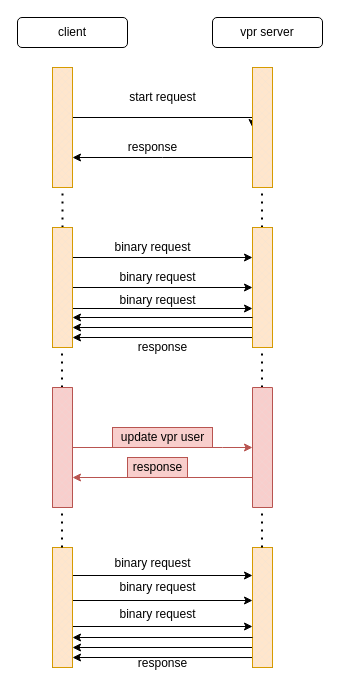
xliangwu/documents keeps this draw.io diagram as charts/Untitled Diagram.drawio. Above is the earlier version. Source tidied: cells renumbered, new cells numbered last; positions are measured from the earlier drawing's top-left corner, leaving out a move shared by most shapes. Both pictures are drawn from the tidied source at 100%, with x=0, y=0 at pixel (2, 17).
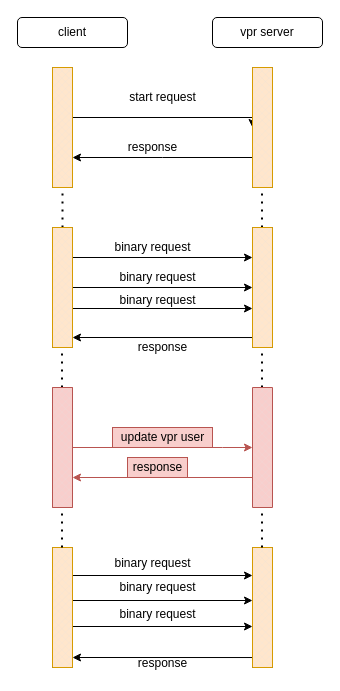
Above is the later version.

Change to the diagram source:
```diff
@@
-    <mxCell id="28" style="endArrow=classic;html=1;exitX=0.917;exitY=1;exitDx=0;exitDy=0;exitPerimeter=0;" parent="1" edge="1">
-      <mxGeometry relative="1" as="geometry">
-        <mxPoint x="250" y="310" as="sourcePoint" />
-        <mxPoint x="70" y="310" as="targetPoint" />
-      </mxGeometry>
-    </mxCell>
@@
-    <mxCell id="44" style="endArrow=classic;html=1;exitX=0.917;exitY=1;exitDx=0;exitDy=0;exitPerimeter=0;" parent="1" edge="1">
-      <mxGeometry relative="1" as="geometry">
-        <mxPoint x="250" y="630" as="sourcePoint" />
-        <mxPoint x="70" y="630" as="targetPoint" />
-      </mxGeometry>
-    </mxCell>
@@
-    <mxCell id="51" style="endArrow=classic;html=1;exitX=0.917;exitY=1;exitDx=0;exitDy=0;exitPerimeter=0;" parent="1" edge="1">
-      <mxGeometry relative="1" as="geometry">
-        <mxPoint x="250" y="300" as="sourcePoint" />
-        <mxPoint x="70" y="300" as="targetPoint" />
-      </mxGeometry>
-    </mxCell>
-    <mxCell id="52" style="endArrow=classic;html=1;exitX=0.917;exitY=1;exitDx=0;exitDy=0;exitPerimeter=0;" parent="1" edge="1">
-      <mxGeometry relative="1" as="geometry">
-        <mxPoint x="250" y="620" as="sourcePoint" />
-        <mxPoint x="70" y="620" as="targetPoint" />
-      </mxGeometry>
-    </mxCell>
```
